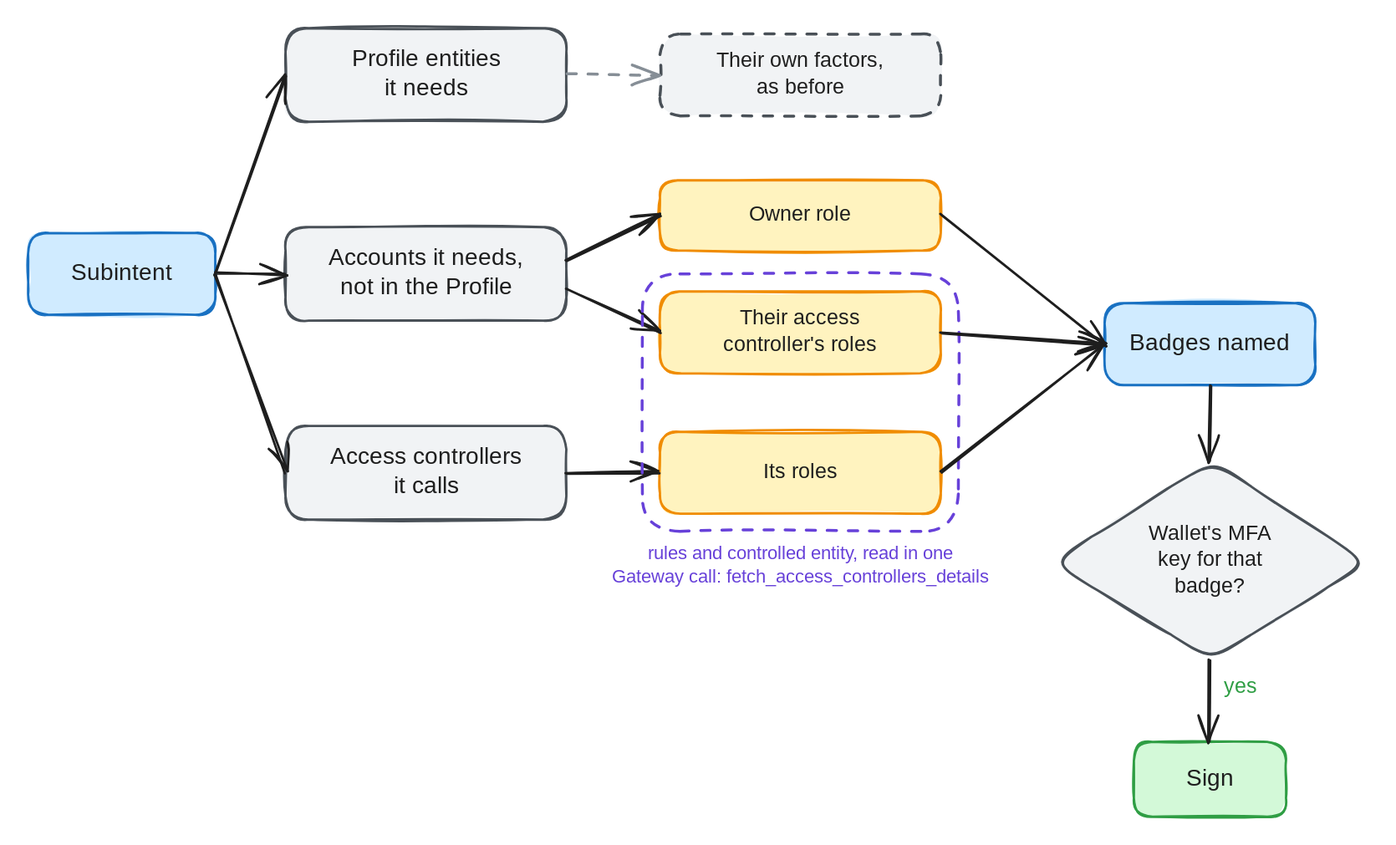
Earlier version of the Excalidraw export docs/shared-control-pre-authorization/signing.svg (radixdlt/sargon). Source tidied: one line per element, renumbered; positions are measured from the earlier drawing's top-left corner, leaving out a move shared by most shapes. Its diagram source:
```json
{"id": 0, "type": "rectangle", "strokeColor": "#1971c2", "backgroundColor": "#d0ebff", "fillStyle": "solid", "strokeWidth": 2, "roughness": 1, "round": true, "x": 0, "y": 175, "width": 160, "height": 70}
{"id": 1, "type": "text", "text": "Subintent", "strokeColor": "#1e1e1e", "strokeWidth": 2, "roughness": 1, "fontSize": 20, "fontFamily": 5, "textAlign": "center", "verticalAlign": "middle", "inside": 0, "x": 33, "y": 198, "width": 93, "height": 25}
{"id": 2, "type": "rectangle", "strokeColor": "#495057", "backgroundColor": "#f1f3f5", "fillStyle": "solid", "strokeWidth": 2, "roughness": 1, "round": true, "x": 220, "y": 0, "width": 240, "height": 80}
{"id": 3, "type": "text", "text": "Profile entities\nit needs", "strokeColor": "#1e1e1e", "strokeWidth": 2, "roughness": 1, "fontSize": 20, "fontFamily": 5, "textAlign": "center", "verticalAlign": "middle", "inside": 2, "x": 267, "y": 15, "width": 147, "height": 50}
{"id": 4, "type": "rectangle", "strokeColor": "#495057", "backgroundColor": "#f1f3f5", "fillStyle": "solid", "strokeWidth": 2, "roughness": 1, "round": true, "x": 220, "y": 170, "width": 240, "height": 80}
{"id": 5, "type": "text", "text": "Accounts it needs,\nnot in the Profile", "strokeColor": "#1e1e1e", "strokeWidth": 2, "roughness": 1, "fontSize": 20, "fontFamily": 5, "textAlign": "center", "verticalAlign": "middle", "inside": 4, "x": 249, "y": 185, "width": 181, "height": 50}
{"id": 6, "type": "rectangle", "strokeColor": "#495057", "backgroundColor": "#f1f3f5", "fillStyle": "solid", "strokeWidth": 2, "roughness": 1, "round": true, "x": 220, "y": 340, "width": 240, "height": 80}
{"id": 7, "type": "text", "text": "Access controllers\nit calls", "strokeColor": "#1e1e1e", "strokeWidth": 2, "roughness": 1, "fontSize": 20, "fontFamily": 5, "textAlign": "center", "verticalAlign": "middle", "inside": 6, "x": 252, "y": 355, "width": 177, "height": 50}
{"id": 8, "type": "arrow", "strokeColor": "#1e1e1e", "strokeWidth": 2, "roughness": 1, "endArrowhead": "arrow", "round": true, "from": 0, "to": 2, "x": 160, "y": 210, "width": 60, "height": 170, "points": [[0, 0], [60, -170]]}
{"id": 9, "type": "arrow", "strokeColor": "#1e1e1e", "strokeWidth": 2, "roughness": 1, "endArrowhead": "arrow", "round": true, "from": 0, "to": 4, "x": 160, "y": 210, "width": 60, "height": 0, "points": [[0, 0], [60, 0]]}
{"id": 10, "type": "arrow", "strokeColor": "#1e1e1e", "strokeWidth": 2, "roughness": 1, "endArrowhead": "arrow", "round": true, "from": 0, "to": 6, "x": 160, "y": 210, "width": 60, "height": 170, "points": [[0, 0], [60, 170]]}
{"id": 11, "type": "rectangle", "strokeColor": "#495057", "backgroundColor": "#f1f3f5", "fillStyle": "solid", "strokeWidth": 2, "strokeStyle": "dashed", "roughness": 1, "round": true, "x": 540, "y": 5, "width": 240, "height": 70}
{"id": 12, "type": "text", "text": "Their own factors,\nas before", "strokeColor": "#1e1e1e", "strokeWidth": 2, "roughness": 1, "fontSize": 18, "fontFamily": 5, "textAlign": "center", "verticalAlign": "middle", "inside": 11, "x": 577, "y": 18, "width": 165, "height": 45}
{"id": 13, "type": "arrow", "strokeColor": "#868e96", "strokeWidth": 2, "strokeStyle": "dashed", "roughness": 1, "endArrowhead": "arrow", "round": true, "from": 2, "to": 11, "x": 460, "y": 40, "width": 80, "height": 0, "points": [[0, 0], [80, 0]]}
{"id": 14, "type": "rectangle", "strokeColor": "#f08c00", "backgroundColor": "#fff3bf", "fillStyle": "solid", "strokeWidth": 2, "roughness": 1, "round": true, "x": 540, "y": 130, "width": 240, "height": 60}
{"id": 15, "type": "text", "text": "Owner role", "strokeColor": "#1e1e1e", "strokeWidth": 2, "roughness": 1, "fontSize": 18, "fontFamily": 5, "textAlign": "center", "verticalAlign": "middle", "inside": 14, "x": 614, "y": 149, "width": 92, "height": 22}
{"id": 16, "type": "rectangle", "strokeColor": "#f08c00", "backgroundColor": "#fff3bf", "fillStyle": "solid", "strokeWidth": 2, "roughness": 1, "round": true, "x": 540, "y": 225, "width": 240, "height": 70}
{"id": 17, "type": "text", "text": "Their access\ncontroller's roles", "strokeColor": "#1e1e1e", "strokeWidth": 2, "roughness": 1, "fontSize": 18, "fontFamily": 5, "textAlign": "center", "verticalAlign": "middle", "inside": 16, "x": 588, "y": 238, "width": 145, "height": 45}
{"id": 18, "type": "rectangle", "strokeColor": "#f08c00", "backgroundColor": "#fff3bf", "fillStyle": "solid", "strokeWidth": 2, "roughness": 1, "round": true, "x": 540, "y": 345, "width": 240, "height": 70}
{"id": 19, "type": "text", "text": "Its roles", "strokeColor": "#1e1e1e", "strokeWidth": 2, "roughness": 1, "fontSize": 18, "fontFamily": 5, "textAlign": "center", "verticalAlign": "middle", "inside": 18, "x": 621, "y": 369, "width": 78, "height": 22}
{"id": 20, "type": "arrow", "strokeColor": "#1e1e1e", "strokeWidth": 2, "roughness": 1, "endArrowhead": "arrow", "round": true, "from": 4, "to": 14, "x": 460, "y": 198, "width": 80, "height": 38, "points": [[0, 0], [80, -38]]}
{"id": 21, "type": "arrow", "strokeColor": "#1e1e1e", "strokeWidth": 2, "roughness": 1, "endArrowhead": "arrow", "round": true, "from": 4, "to": 16, "x": 460, "y": 222, "width": 80, "height": 38, "points": [[0, 0], [80, 38]]}
{"id": 22, "type": "arrow", "strokeColor": "#1e1e1e", "strokeWidth": 2, "roughness": 1, "endArrowhead": "arrow", "round": true, "from": 6, "to": 18, "x": 460, "y": 380, "width": 80, "height": 0, "points": [[0, 0], [80, 0]]}
{"id": 23, "type": "rectangle", "strokeColor": "#6741d9", "strokeWidth": 2, "strokeStyle": "dashed", "roughness": 1, "round": true, "x": 525, "y": 210, "width": 270, "height": 220}
{"id": 24, "type": "text", "text": "rules and controlled entity, read in one\nGateway call: fetch_access_controllers_details", "strokeColor": "#6741d9", "strokeWidth": 2, "roughness": 1, "fontSize": 16, "fontFamily": 5, "textAlign": "center", "x": 475, "y": 440, "width": 370, "height": 40}
{"id": 25, "type": "rectangle", "strokeColor": "#1971c2", "backgroundColor": "#d0ebff", "fillStyle": "solid", "strokeWidth": 2, "roughness": 1, "round": true, "x": 920, "y": 235, "width": 180, "height": 70}
{"id": 26, "type": "text", "text": "Badges named", "strokeColor": "#1e1e1e", "strokeWidth": 2, "roughness": 1, "fontSize": 20, "fontFamily": 5, "textAlign": "center", "verticalAlign": "middle", "inside": 25, "x": 941, "y": 258, "width": 138, "height": 25}
{"id": 27, "type": "arrow", "strokeColor": "#1e1e1e", "strokeWidth": 2, "roughness": 1, "endArrowhead": "arrow", "round": true, "from": 14, "to": 25, "x": 780, "y": 160, "width": 140, "height": 110, "points": [[0, 0], [140, 110]]}
{"id": 28, "type": "arrow", "strokeColor": "#1e1e1e", "strokeWidth": 2, "roughness": 1, "endArrowhead": "arrow", "round": true, "from": 16, "to": 25, "x": 780, "y": 260, "width": 140, "height": 10, "points": [[0, 0], [140, 10]]}
{"id": 29, "type": "arrow", "strokeColor": "#1e1e1e", "strokeWidth": 2, "roughness": 1, "endArrowhead": "arrow", "round": true, "from": 18, "to": 25, "x": 780, "y": 380, "width": 140, "height": 110, "points": [[0, 0], [140, -110]]}
{"id": 30, "type": "diamond", "strokeColor": "#495057", "backgroundColor": "#f1f3f5", "fillStyle": "solid", "strokeWidth": 2, "roughness": 1, "round": true, "x": 875, "y": 370, "width": 270, "height": 170}
{"id": 31, "type": "text", "text": "Wallet's MFA\nkey for that\nbadge?", "strokeColor": "#1e1e1e", "strokeWidth": 2, "roughness": 1, "fontSize": 18, "fontFamily": 5, "textAlign": "center", "verticalAlign": "middle", "inside": 30, "x": 955, "y": 421, "width": 111, "height": 68}
{"id": 32, "type": "arrow", "strokeColor": "#1e1e1e", "strokeWidth": 2, "roughness": 1, "endArrowhead": "arrow", "round": true, "from": 25, "to": 30, "x": 1010, "y": 305, "width": 0, "height": 65, "points": [[0, 0], [0, 65]]}
{"id": 33, "type": "rectangle", "strokeColor": "#2f9e44", "backgroundColor": "#d3f9d8", "fillStyle": "solid", "strokeWidth": 2, "roughness": 1, "round": true, "x": 945, "y": 610, "width": 130, "height": 64}
{"id": 34, "type": "text", "text": "Sign", "strokeColor": "#1e1e1e", "strokeWidth": 2, "roughness": 1, "fontSize": 20, "fontFamily": 5, "textAlign": "center", "verticalAlign": "middle", "inside": 33, "x": 991, "y": 630, "width": 39, "height": 25}
{"id": 35, "type": "arrow", "strokeColor": "#1e1e1e", "strokeWidth": 2, "roughness": 1, "endArrowhead": "arrow", "round": true, "from": 30, "to": 33, "x": 1010, "y": 540, "width": 0, "height": 70, "points": [[0, 0], [0, 70]]}
{"id": 36, "type": "text", "text": "yes", "strokeColor": "#2f9e44", "strokeWidth": 2, "roughness": 1, "fontSize": 18, "fontFamily": 5, "x": 1022, "y": 552, "width": 29, "height": 22}
```
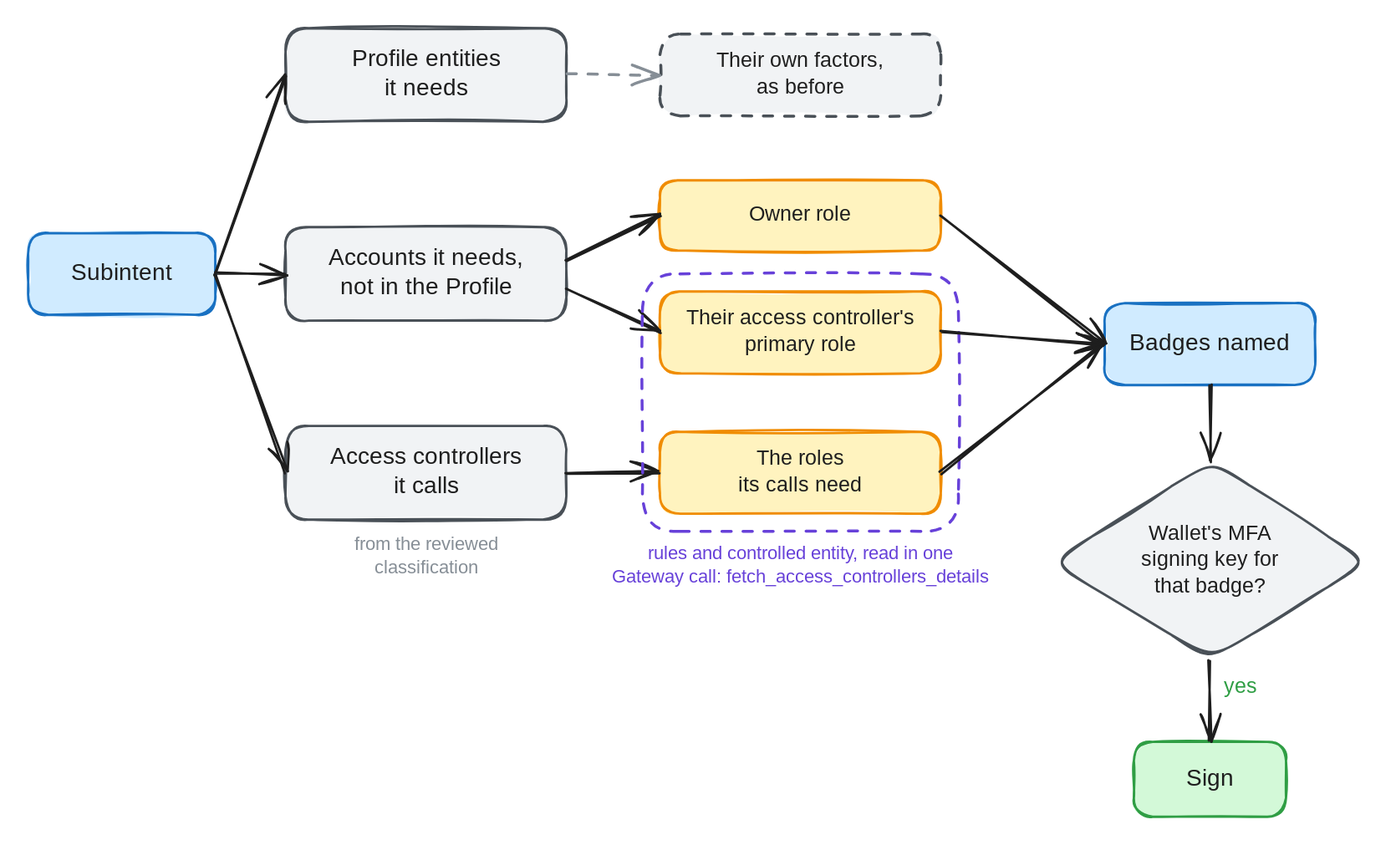
Later version of the same file.

Commit message:
Explain which roles a pre-authorization is signed for

Describe signing with the MFA signing keys: an external account's
access controller with its primary role, and a called access controller
with the roles its calls need, read from the reviewed classification.
Redraw the signing diagram and list what's left: the wallet signs for
every role a call accepts, its own access controller transactions lack
some signing flows, and role knowledge lives in two places.

The edit, as a diff of the source:
```diff
@@ -15,23 +15,24 @@
 {"id": 14, "type": "rectangle", "strokeColor": "#f08c00", "backgroundColor": "#fff3bf", "fillStyle": "solid", "strokeWidth": 2, "roughness": 1, "round": true, "x": 540, "y": 130, "width": 240, "height": 60}
 {"id": 15, "type": "text", "text": "Owner role", "strokeColor": "#1e1e1e", "strokeWidth": 2, "roughness": 1, "fontSize": 18, "fontFamily": 5, "textAlign": "center", "verticalAlign": "middle", "inside": 14, "x": 614, "y": 149, "width": 92, "height": 22}
 {"id": 16, "type": "rectangle", "strokeColor": "#f08c00", "backgroundColor": "#fff3bf", "fillStyle": "solid", "strokeWidth": 2, "roughness": 1, "round": true, "x": 540, "y": 225, "width": 240, "height": 70}
-{"id": 17, "type": "text", "text": "Their access\ncontroller's roles", "strokeColor": "#1e1e1e", "strokeWidth": 2, "roughness": 1, "fontSize": 18, "fontFamily": 5, "textAlign": "center", "verticalAlign": "middle", "inside": 16, "x": 588, "y": 238, "width": 145, "height": 45}
+{"id": 17, "type": "text", "text": "Their access controller's\nprimary role", "strokeColor": "#1e1e1e", "strokeWidth": 2, "roughness": 1, "fontSize": 18, "fontFamily": 5, "textAlign": "center", "verticalAlign": "middle", "inside": 16, "x": 552, "y": 238, "width": 215, "height": 45}
 {"id": 18, "type": "rectangle", "strokeColor": "#f08c00", "backgroundColor": "#fff3bf", "fillStyle": "solid", "strokeWidth": 2, "roughness": 1, "round": true, "x": 540, "y": 345, "width": 240, "height": 70}
-{"id": 19, "type": "text", "text": "Its roles", "strokeColor": "#1e1e1e", "strokeWidth": 2, "roughness": 1, "fontSize": 18, "fontFamily": 5, "textAlign": "center", "verticalAlign": "middle", "inside": 18, "x": 621, "y": 369, "width": 78, "height": 22}
+{"id": 19, "type": "text", "text": "The roles\nits calls need", "strokeColor": "#1e1e1e", "strokeWidth": 2, "roughness": 1, "fontSize": 18, "fontFamily": 5, "textAlign": "center", "verticalAlign": "middle", "inside": 18, "x": 602, "y": 358, "width": 116, "height": 45}
 {"id": 20, "type": "arrow", "strokeColor": "#1e1e1e", "strokeWidth": 2, "roughness": 1, "endArrowhead": "arrow", "round": true, "from": 4, "to": 14, "x": 460, "y": 198, "width": 80, "height": 38, "points": [[0, 0], [80, -38]]}
 {"id": 21, "type": "arrow", "strokeColor": "#1e1e1e", "strokeWidth": 2, "roughness": 1, "endArrowhead": "arrow", "round": true, "from": 4, "to": 16, "x": 460, "y": 222, "width": 80, "height": 38, "points": [[0, 0], [80, 38]]}
 {"id": 22, "type": "arrow", "strokeColor": "#1e1e1e", "strokeWidth": 2, "roughness": 1, "endArrowhead": "arrow", "round": true, "from": 6, "to": 18, "x": 460, "y": 380, "width": 80, "height": 0, "points": [[0, 0], [80, 0]]}
-{"id": 23, "type": "rectangle", "strokeColor": "#6741d9", "strokeWidth": 2, "strokeStyle": "dashed", "roughness": 1, "round": true, "x": 525, "y": 210, "width": 270, "height": 220}
+{"id": 37, "type": "text", "text": "from the reviewed\nclassification", "strokeColor": "#868e96", "strokeWidth": 2, "roughness": 1, "fontSize": 16, "fontFamily": 5, "textAlign": "center", "x": 270, "y": 432, "width": 139, "height": 40}
+{"id": 38, "type": "rectangle", "strokeColor": "#6741d9", "strokeWidth": 2, "strokeStyle": "dashed", "roughness": 1, "round": true, "x": 525, "y": 210, "width": 270, "height": 220}
 {"id": 24, "type": "text", "text": "rules and controlled entity, read in one\nGateway call: fetch_access_controllers_details", "strokeColor": "#6741d9", "strokeWidth": 2, "roughness": 1, "fontSize": 16, "fontFamily": 5, "textAlign": "center", "x": 475, "y": 440, "width": 370, "height": 40}
-{"id": 25, "type": "rectangle", "strokeColor": "#1971c2", "backgroundColor": "#d0ebff", "fillStyle": "solid", "strokeWidth": 2, "roughness": 1, "round": true, "x": 920, "y": 235, "width": 180, "height": 70}
+{"id": 39, "type": "rectangle", "strokeColor": "#1971c2", "backgroundColor": "#d0ebff", "fillStyle": "solid", "strokeWidth": 2, "roughness": 1, "round": true, "x": 920, "y": 235, "width": 180, "height": 70}
-{"id": 26, "type": "text", "text": "Badges named", "strokeColor": "#1e1e1e", "strokeWidth": 2, "roughness": 1, "fontSize": 20, "fontFamily": 5, "textAlign": "center", "verticalAlign": "middle", "inside": 25, "x": 941, "y": 258, "width": 138, "height": 25}
+{"id": 26, "type": "text", "text": "Badges named", "strokeColor": "#1e1e1e", "strokeWidth": 2, "roughness": 1, "fontSize": 20, "fontFamily": 5, "textAlign": "center", "verticalAlign": "middle", "inside": 39, "x": 941, "y": 258, "width": 138, "height": 25}
-{"id": 27, "type": "arrow", "strokeColor": "#1e1e1e", "strokeWidth": 2, "roughness": 1, "endArrowhead": "arrow", "round": true, "from": 14, "to": 25, "x": 780, "y": 160, "width": 140, "height": 110, "points": [[0, 0], [140, 110]]}
-{"id": 28, "type": "arrow", "strokeColor": "#1e1e1e", "strokeWidth": 2, "roughness": 1, "endArrowhead": "arrow", "round": true, "from": 16, "to": 25, "x": 780, "y": 260, "width": 140, "height": 10, "points": [[0, 0], [140, 10]]}
+{"id": 28, "type": "arrow", "strokeColor": "#1e1e1e", "strokeWidth": 2, "roughness": 1, "endArrowhead": "arrow", "round": true, "from": 14, "to": 39, "x": 780, "y": 160, "width": 140, "height": 110, "points": [[0, 0], [140, 110]]}
-{"id": 29, "type": "arrow", "strokeColor": "#1e1e1e", "strokeWidth": 2, "roughness": 1, "endArrowhead": "arrow", "round": true, "from": 18, "to": 25, "x": 780, "y": 380, "width": 140, "height": 110, "points": [[0, 0], [140, -110]]}
+{"id": 29, "type": "arrow", "strokeColor": "#1e1e1e", "strokeWidth": 2, "roughness": 1, "endArrowhead": "arrow", "round": true, "from": 16, "to": 39, "x": 780, "y": 260, "width": 140, "height": 10, "points": [[0, 0], [140, 10]]}
-{"id": 30, "type": "diamond", "strokeColor": "#495057", "backgroundColor": "#f1f3f5", "fillStyle": "solid", "strokeWidth": 2, "roughness": 1, "round": true, "x": 875, "y": 370, "width": 270, "height": 170}
-{"id": 31, "type": "text", "text": "Wallet's MFA\nkey for that\nbadge?", "strokeColor": "#1e1e1e", "strokeWidth": 2, "roughness": 1, "fontSize": 18, "fontFamily": 5, "textAlign": "center", "verticalAlign": "middle", "inside": 30, "x": 955, "y": 421, "width": 111, "height": 68}
-{"id": 32, "type": "arrow", "strokeColor": "#1e1e1e", "strokeWidth": 2, "roughness": 1, "endArrowhead": "arrow", "round": true, "from": 25, "to": 30, "x": 1010, "y": 305, "width": 0, "height": 65, "points": [[0, 0], [0, 65]]}
-{"id": 33, "type": "rectangle", "strokeColor": "#2f9e44", "backgroundColor": "#d3f9d8", "fillStyle": "solid", "strokeWidth": 2, "roughness": 1, "round": true, "x": 945, "y": 610, "width": 130, "height": 64}
+{"id": 40, "type": "arrow", "strokeColor": "#1e1e1e", "strokeWidth": 2, "roughness": 1, "endArrowhead": "arrow", "round": true, "from": 18, "to": 39, "x": 780, "y": 380, "width": 140, "height": 110, "points": [[0, 0], [140, -110]]}
+{"id": 41, "type": "diamond", "strokeColor": "#495057", "backgroundColor": "#f1f3f5", "fillStyle": "solid", "strokeWidth": 2, "roughness": 1, "round": true, "x": 875, "y": 370, "width": 270, "height": 170}
+{"id": 42, "type": "text", "text": "Wallet's MFA\nsigning key for\nthat badge?", "strokeColor": "#1e1e1e", "strokeWidth": 2, "roughness": 1, "fontSize": 18, "fontFamily": 5, "textAlign": "center", "verticalAlign": "middle", "inside": 41, "x": 946, "y": 421, "width": 128, "height": 68}
+{"id": 43, "type": "arrow", "strokeColor": "#1e1e1e", "strokeWidth": 2, "roughness": 1, "endArrowhead": "arrow", "round": true, "from": 39, "to": 41, "x": 1010, "y": 305, "width": 0, "height": 65, "points": [[0, 0], [0, 65]]}
+{"id": 44, "type": "rectangle", "strokeColor": "#2f9e44", "backgroundColor": "#d3f9d8", "fillStyle": "solid", "strokeWidth": 2, "roughness": 1, "round": true, "x": 945, "y": 610, "width": 130, "height": 64}
-{"id": 34, "type": "text", "text": "Sign", "strokeColor": "#1e1e1e", "strokeWidth": 2, "roughness": 1, "fontSize": 20, "fontFamily": 5, "textAlign": "center", "verticalAlign": "middle", "inside": 33, "x": 991, "y": 630, "width": 39, "height": 25}
+{"id": 34, "type": "text", "text": "Sign", "strokeColor": "#1e1e1e", "strokeWidth": 2, "roughness": 1, "fontSize": 20, "fontFamily": 5, "textAlign": "center", "verticalAlign": "middle", "inside": 44, "x": 991, "y": 630, "width": 39, "height": 25}
-{"id": 35, "type": "arrow", "strokeColor": "#1e1e1e", "strokeWidth": 2, "roughness": 1, "endArrowhead": "arrow", "round": true, "from": 30, "to": 33, "x": 1010, "y": 540, "width": 0, "height": 70, "points": [[0, 0], [0, 70]]}
+{"id": 45, "type": "arrow", "strokeColor": "#1e1e1e", "strokeWidth": 2, "roughness": 1, "endArrowhead": "arrow", "round": true, "from": 41, "to": 44, "x": 1010, "y": 540, "width": 0, "height": 70, "points": [[0, 0], [0, 70]]}
 {"id": 36, "type": "text", "text": "yes", "strokeColor": "#2f9e44", "strokeWidth": 2, "roughness": 1, "fontSize": 18, "fontFamily": 5, "x": 1022, "y": 552, "width": 29, "height": 22}
```
